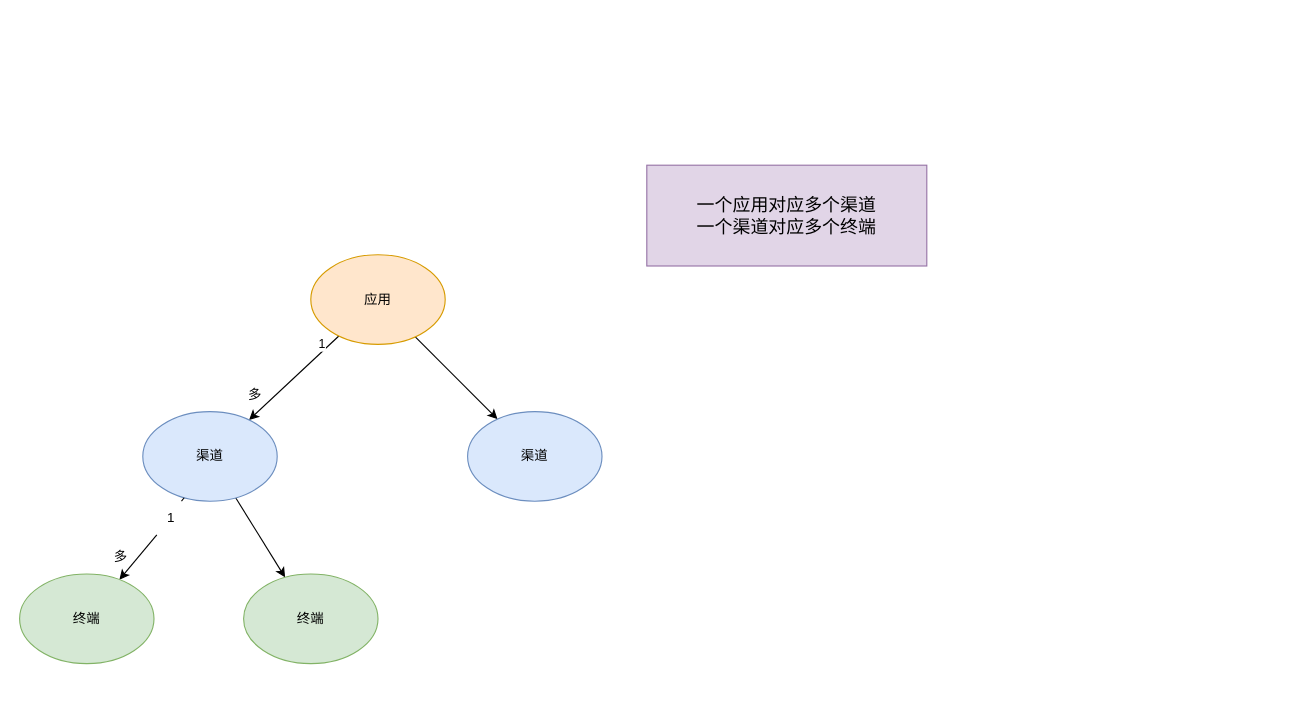
gudujiujian11/diagram keeps this draw.io diagram as page "第 2 页" (2 of 2) of 中台/未命名绘图.drawio. Above is the earlier version. Source tidied: cells renumbered, new cells numbered last; positions are measured from the earlier drawing's top-left corner, leaving out a move shared by most shapes. Both pictures are drawn from the tidied source at 112%, with x=0, y=0 at pixel (19, 165).
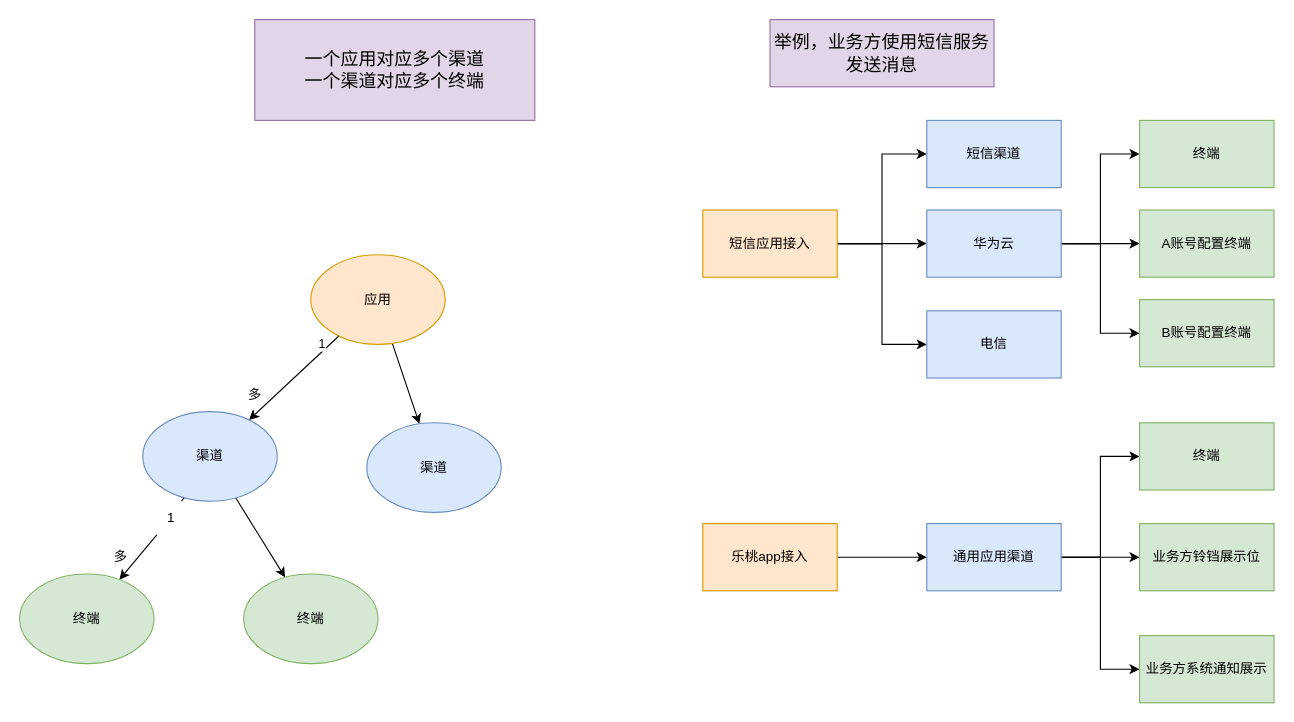
After the change.

Commit message:
更新未命名绘图.drawio

The edit, as a diff of the source:
```diff
@@
     <mxCell id="9" value="渠道" style="ellipse;whiteSpace=wrap;html=1;fillStyle=auto;fillColor=#dae8fc;strokeColor=#6c8ebf;" parent="1" vertex="1">
-      <mxGeometry x="400" y="220" width="120" height="80" as="geometry" />
+      <mxGeometry x="310" y="230" width="120" height="80" as="geometry" />
     </mxCell>
@@
     <mxCell id="16" value="一个应用对应多个渠道&lt;br style=&quot;font-size: 16px;&quot;&gt;一个渠道对应多个终端" style="rounded=0;whiteSpace=wrap;html=1;fillStyle=auto;labelPosition=center;verticalLabelPosition=middle;align=center;verticalAlign=middle;fillColor=#e1d5e7;strokeColor=#9673a6;fontSize=16;" parent="1" vertex="1">
-      <mxGeometry x="560" width="250" height="90" as="geometry" />
+      <mxGeometry x="210" y="-130" width="250" height="90" as="geometry" />
     </mxCell>
+    <mxCell id="17" value="举例，业务方使用短信服务发送消息" style="rounded=0;whiteSpace=wrap;html=1;fillStyle=auto;labelPosition=center;verticalLabelPosition=middle;align=center;verticalAlign=middle;fillColor=#e1d5e7;strokeColor=#9673a6;fontSize=16;" parent="1" vertex="1">
+      <mxGeometry x="670" y="-130" width="200" height="60" as="geometry" />
+    </mxCell>
+    <mxCell id="18" style="edgeStyle=orthogonalEdgeStyle;rounded=0;jettySize=auto;html=1;entryX=0;entryY=0.5;entryDx=0;entryDy=0;" parent="1" edge="1" source="21" target="22">
+      <mxGeometry relative="1" as="geometry" />
+    </mxCell>
+    <mxCell id="19" style="edgeStyle=orthogonalEdgeStyle;rounded=0;jettySize=auto;html=1;" parent="1" edge="1" source="21" target="26">
+      <mxGeometry relative="1" as="geometry" />
+    </mxCell>
+    <mxCell id="20" style="edgeStyle=orthogonalEdgeStyle;rounded=0;jettySize=auto;html=1;entryX=0;entryY=0.5;entryDx=0;entryDy=0;" parent="1" edge="1" source="21" target="27">
+      <mxGeometry relative="1" as="geometry" />
+    </mxCell>
+    <mxCell id="21" value="短信应用接入" style="rounded=0;whiteSpace=wrap;html=1;fillColor=#ffe6cc;strokeColor=#d79b00;" parent="1" vertex="1">
+      <mxGeometry x="610" y="40" width="120" height="60" as="geometry" />
+    </mxCell>
+    <mxCell id="22" value="短信渠道" style="rounded=0;whiteSpace=wrap;html=1;fillColor=#dae8fc;strokeColor=#6c8ebf;" parent="1" vertex="1">
+      <mxGeometry x="810" y="-40" width="120" height="60" as="geometry" />
+    </mxCell>
+    <mxCell id="23" style="edgeStyle=orthogonalEdgeStyle;rounded=0;jettySize=auto;html=1;entryX=0;entryY=0.5;entryDx=0;entryDy=0;" parent="1" edge="1" source="26" target="28">
+      <mxGeometry relative="1" as="geometry" />
+    </mxCell>
+    <mxCell id="24" style="edgeStyle=orthogonalEdgeStyle;rounded=0;jettySize=auto;html=1;entryX=0;entryY=0.5;entryDx=0;entryDy=0;" parent="1" edge="1" source="26" target="30">
+      <mxGeometry relative="1" as="geometry" />
+    </mxCell>
+    <mxCell id="25" style="edgeStyle=orthogonalEdgeStyle;rounded=0;jettySize=auto;html=1;entryX=0;entryY=0.5;entryDx=0;entryDy=0;" parent="1" edge="1" source="26" target="29">
+      <mxGeometry relative="1" as="geometry" />
+    </mxCell>
+    <mxCell id="26" value="华为云" style="rounded=0;whiteSpace=wrap;html=1;fillColor=#dae8fc;strokeColor=#6c8ebf;" parent="1" vertex="1">
+      <mxGeometry x="810" y="40" width="120" height="60" as="geometry" />
+    </mxCell>
+    <mxCell id="27" value="电信" style="rounded=0;whiteSpace=wrap;html=1;fillColor=#dae8fc;strokeColor=#6c8ebf;" parent="1" vertex="1">
+      <mxGeometry x="810" y="130" width="120" height="60" as="geometry" />
+    </mxCell>
+    <mxCell id="28" value="终端" style="whiteSpace=wrap;html=1;fillColor=#d5e8d4;strokeColor=#82b366;rounded=0;" parent="1" vertex="1">
+      <mxGeometry x="1000" y="-40" width="120" height="60" as="geometry" />
+    </mxCell>
+    <mxCell id="29" value="A账号配置终端" style="whiteSpace=wrap;html=1;fillColor=#d5e8d4;strokeColor=#82b366;rounded=0;" parent="1" vertex="1">
+      <mxGeometry x="1000" y="40" width="120" height="60" as="geometry" />
+    </mxCell>
+    <mxCell id="30" value="B账号配置终端" style="whiteSpace=wrap;html=1;fillColor=#d5e8d4;strokeColor=#82b366;rounded=0;" parent="1" vertex="1">
+      <mxGeometry x="1000" y="120" width="120" height="60" as="geometry" />
+    </mxCell>
+    <mxCell id="31" style="edgeStyle=orthogonalEdgeStyle;rounded=0;jettySize=auto;html=1;entryX=0;entryY=0.5;entryDx=0;entryDy=0;" parent="1" edge="1" source="32" target="36">
+      <mxGeometry relative="1" as="geometry" />
+    </mxCell>
+    <mxCell id="32" value="乐桃app接入" style="rounded=0;whiteSpace=wrap;html=1;fillColor=#ffe6cc;strokeColor=#d79b00;" parent="1" vertex="1">
+      <mxGeometry x="610" y="320" width="120" height="60" as="geometry" />
+    </mxCell>
+    <mxCell id="33" style="edgeStyle=orthogonalEdgeStyle;rounded=0;jettySize=auto;html=1;entryX=0;entryY=0.5;entryDx=0;entryDy=0;" parent="1" edge="1" source="36" target="37">
+      <mxGeometry relative="1" as="geometry" />
+    </mxCell>
+    <mxCell id="34" style="edgeStyle=orthogonalEdgeStyle;rounded=0;jettySize=auto;html=1;" parent="1" edge="1" source="36" target="38">
+      <mxGeometry relative="1" as="geometry" />
+    </mxCell>
+    <mxCell id="35" style="edgeStyle=orthogonalEdgeStyle;rounded=0;jettySize=auto;html=1;entryX=0;entryY=0.5;entryDx=0;entryDy=0;" parent="1" edge="1" source="36" target="39">
+      <mxGeometry relative="1" as="geometry" />
+    </mxCell>
+    <mxCell id="36" value="通用应用渠道" style="rounded=0;whiteSpace=wrap;html=1;fillColor=#dae8fc;strokeColor=#6c8ebf;" parent="1" vertex="1">
+      <mxGeometry x="810" y="320" width="120" height="60" as="geometry" />
+    </mxCell>
+    <mxCell id="37" value="终端" style="whiteSpace=wrap;html=1;fillColor=#d5e8d4;strokeColor=#82b366;rounded=0;" parent="1" vertex="1">
+      <mxGeometry x="1000" y="230" width="120" height="60" as="geometry" />
+    </mxCell>
+    <mxCell id="38" value="业务方铃铛展示位" style="whiteSpace=wrap;html=1;fillColor=#d5e8d4;strokeColor=#82b366;rounded=0;" parent="1" vertex="1">
+      <mxGeometry x="1000" y="320" width="120" height="60" as="geometry" />
+    </mxCell>
+    <mxCell id="39" value="业务方系统通知展示" style="whiteSpace=wrap;html=1;fillColor=#d5e8d4;strokeColor=#82b366;rounded=0;" parent="1" vertex="1">
+      <mxGeometry x="1000" y="420" width="120" height="60" as="geometry" />
+    </mxCell>
+    <mxCell id="40" style="edgeStyle=orthogonalEdgeStyle;rounded=0;orthogonalLoop=1;jettySize=auto;html=1;exitX=0.5;exitY=1;exitDx=0;exitDy=0;" parent="1" edge="1" source="38" target="38">
+      <mxGeometry relative="1" as="geometry" />
+    </mxCell>
```
